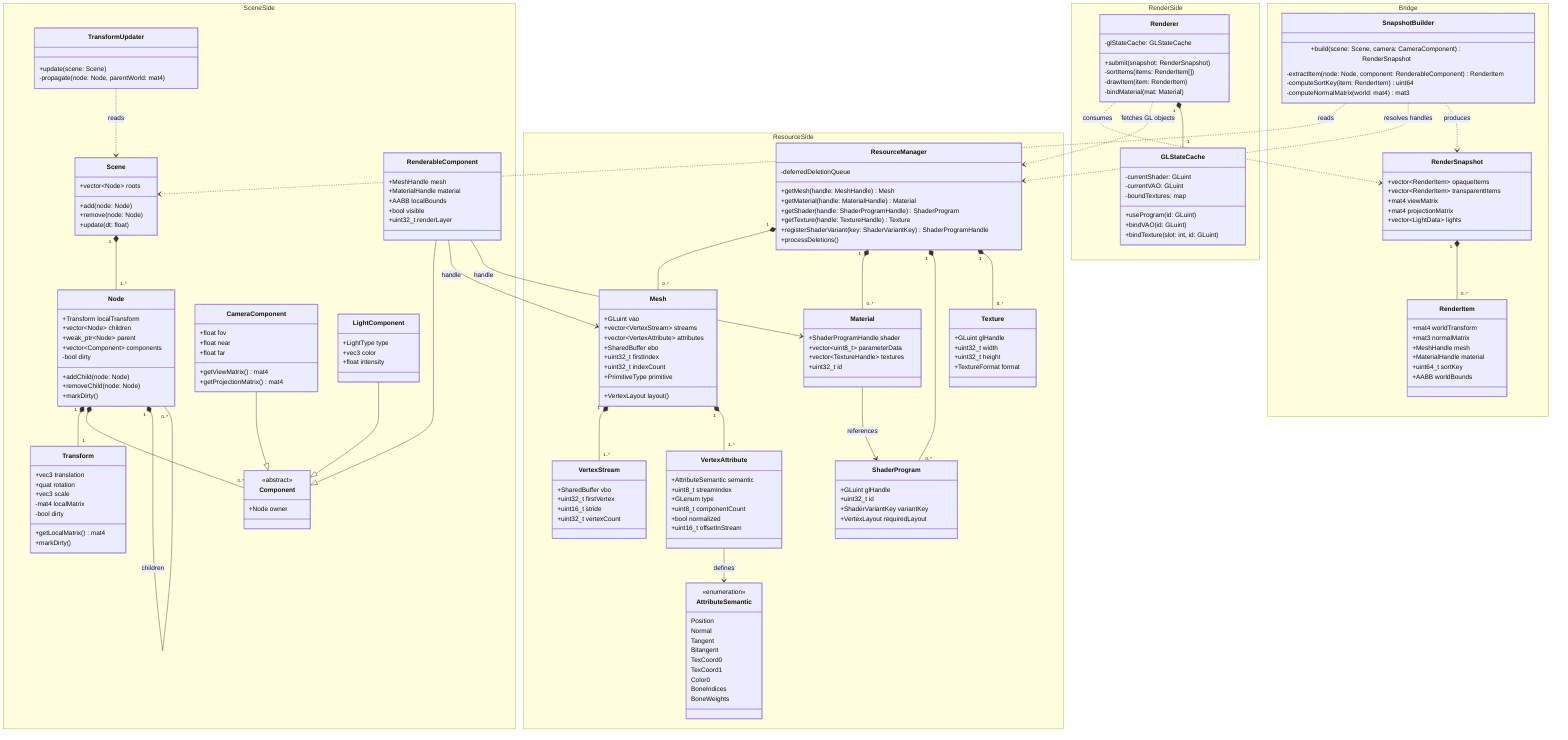
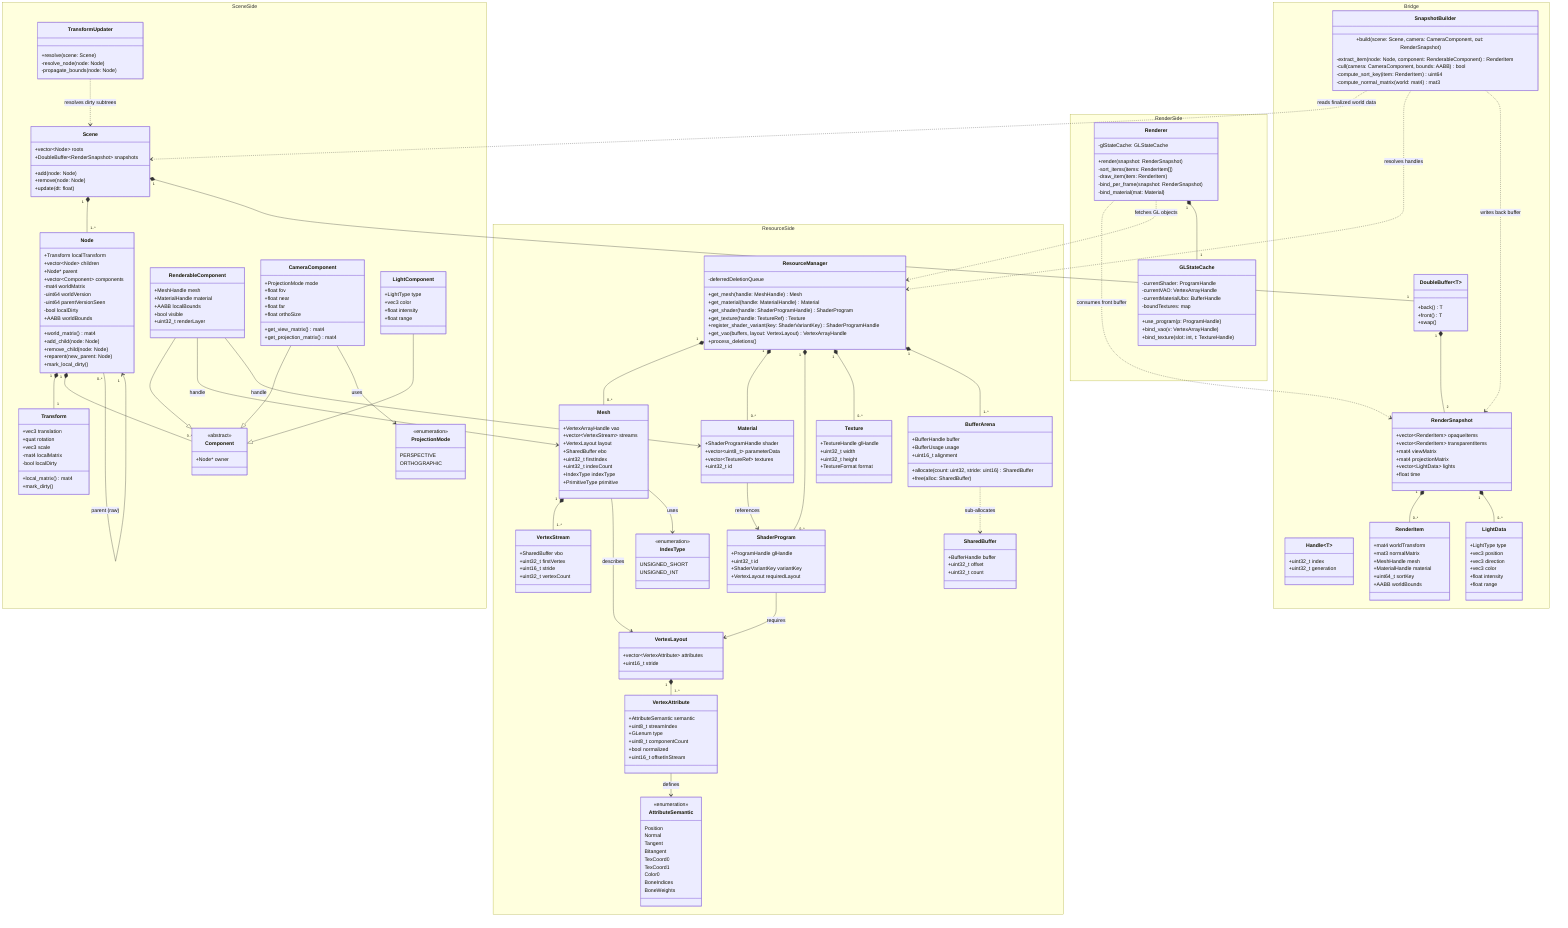
classDiagram
    namespace SceneSide {
        class Scene {
            +vector~Node~ roots
+             +DoubleBuffer~RenderSnapshot~ snapshots
            +add(node: Node)
            +remove(node: Node)
            +update(dt: float)
        }

        class Node {
            +Transform localTransform
            +vector~Node~ children
-             +weak_ptr~Node~ parent
+             +Node* parent
            +vector~Component~ components
-             -bool dirty
-             +addChild(node: Node)
-             +removeChild(node: Node)
-             +markDirty()
+             -mat4 worldMatrix
+             -uint64 worldVersion
+             -uint64 parentVersionSeen
+             -bool localDirty
+             +AABB worldBounds
+             +world_matrix() mat4
+             +add_child(node: Node)
+             +remove_child(node: Node)
+             +reparent(new_parent: Node)
+             +mark_local_dirty()
        }

        class Transform {
            +vec3 translation
            +quat rotation
            +vec3 scale
            -mat4 localMatrix
-             -bool dirty
-             +getLocalMatrix() mat4
-             +markDirty()
+             -bool localDirty
+             +local_matrix() mat4
+             +mark_dirty()
        }

        class Component {
            <<abstract>>
-             +Node owner
+             +Node* owner
        }

        class RenderableComponent {
            +MeshHandle mesh
            +MaterialHandle material
            +AABB localBounds
            +bool visible
            +uint32_t renderLayer
        }

        class CameraComponent {
+             +ProjectionMode mode
            +float fov
            +float near
            +float far
-             +getViewMatrix() mat4
-             +getProjectionMatrix() mat4
+             +float orthoSize
+             +get_view_matrix() mat4
+             +get_projection_matrix() mat4
+         }
+ 
+         class ProjectionMode {
+             <<enumeration>>
+             PERSPECTIVE
+             ORTHOGRAPHIC
        }

        class LightComponent {
            +LightType type
            +vec3 color
            +float intensity
+             +float range
        }

        class TransformUpdater {
-             +update(scene: Scene)
-             -propagate(node: Node, parentWorld: mat4)
+             +resolve(scene: Scene)
+             -resolve_node(node: Node)
+             -propagate_bounds(node: Node)
        }
    }

    namespace Bridge {
+         class Handle~T~ {
+             +uint32_t index
+             +uint32_t generation
+         }
+ 
        class SnapshotBuilder {
-             +build(scene: Scene, camera: CameraComponent) RenderSnapshot
-             -extractItem(node: Node, component: RenderableComponent) RenderItem
-             -computeSortKey(item: RenderItem) uint64
-             -computeNormalMatrix(world: mat4) mat3
+             +build(scene: Scene, camera: CameraComponent, out: RenderSnapshot)
+             -extract_item(node: Node, component: RenderableComponent) RenderItem
+             -cull(camera: CameraComponent, bounds: AABB) bool
+             -compute_sort_key(item: RenderItem) uint64
+             -compute_normal_matrix(world: mat4) mat3
+         }
+ 
+         class DoubleBuffer~T~ {
+             +back() T
+             +front() T
+             +swap()
        }

        class RenderSnapshot {
            +vector~RenderItem~ opaqueItems
            +vector~RenderItem~ transparentItems
            +mat4 viewMatrix
            +mat4 projectionMatrix
            +vector~LightData~ lights
+             +float time
        }

        class RenderItem {
            +mat4 worldTransform
            +mat3 normalMatrix
            +MeshHandle mesh
            +MaterialHandle material
            +uint64_t sortKey
            +AABB worldBounds
        }
+ 
+         class LightData {
+             +LightType type
+             +vec3 position
+             +vec3 direction
+             +vec3 color
+             +float intensity
+             +float range
+         }
    }

    namespace ResourceSide {
        class ResourceManager {
-             +getMesh(handle: MeshHandle) Mesh
-             +getMaterial(handle: MaterialHandle) Material
-             +getShader(handle: ShaderProgramHandle) ShaderProgram
-             +getTexture(handle: TextureHandle) Texture
-             +registerShaderVariant(key: ShaderVariantKey) ShaderProgramHandle
+             +get_mesh(handle: MeshHandle) Mesh
+             +get_material(handle: MaterialHandle) Material
+             +get_shader(handle: ShaderProgramHandle) ShaderProgram
+             +get_texture(handle: TextureRef) Texture
+             +register_shader_variant(key: ShaderVariantKey) ShaderProgramHandle
+             +get_vao(buffers, layout: VertexLayout) VertexArrayHandle
            -deferredDeletionQueue
-             +processDeletions()
+             +process_deletions()
        }

        class AttributeSemantic {
            <<enumeration>>
            Position
            Normal
            Tangent
            Bitangent
            TexCoord0
            TexCoord1
            Color0
            BoneIndices
            BoneWeights
        }

        class VertexAttribute {
            +AttributeSemantic semantic
            +uint8_t streamIndex
            +GLenum type
            +uint8_t componentCount
            +bool normalized
            +uint16_t offsetInStream
        }

+         class VertexLayout {
+             +vector~VertexAttribute~ attributes
+             +uint16_t stride
+         }
+ 
        class VertexStream {
            +SharedBuffer vbo
            +uint32_t firstVertex
            +uint16_t stride
            +uint32_t vertexCount
        }

+         class IndexType {
+             <<enumeration>>
+             UNSIGNED_SHORT
+             UNSIGNED_INT
+         }
+ 
        class Mesh {
-             +GLuint vao
+             +VertexArrayHandle vao
            +vector~VertexStream~ streams
-             +vector~VertexAttribute~ attributes
+             +VertexLayout layout
            +SharedBuffer ebo
            +uint32_t firstIndex
            +uint32_t indexCount
+             +IndexType indexType
            +PrimitiveType primitive
-             +VertexLayout layout()
+         }
+ 
+         class SharedBuffer {
+             +BufferHandle buffer
+             +uint32_t offset
+             +uint32_t count
+         }
+ 
+         class BufferArena {
+             +BufferHandle buffer
+             +BufferUsage usage
+             +uint16_t alignment
+             +allocate(count: uint32, stride: uint16) SharedBuffer
+             +free(alloc: SharedBuffer)
        }

        class Material {
            +ShaderProgramHandle shader
            +vector~uint8_t~ parameterData
-             +vector~TextureHandle~ textures
+             +vector~TextureRef~ textures
            +uint32_t id
        }

        class ShaderProgram {
-             +GLuint glHandle
+             +ProgramHandle glHandle
            +uint32_t id
            +ShaderVariantKey variantKey
            +VertexLayout requiredLayout
        }

        class Texture {
-             +GLuint glHandle
+             +TextureHandle glHandle
            +uint32_t width
            +uint32_t height
            +TextureFormat format
        }
    }

    namespace RenderSide {
        class Renderer {
-             +submit(snapshot: RenderSnapshot)
-             -sortItems(items: RenderItem[])
-             -drawItem(item: RenderItem)
-             -bindMaterial(mat: Material)
+             +render(snapshot: RenderSnapshot)
+             -sort_items(items: RenderItem[])
+             -draw_item(item: RenderItem)
+             -bind_per_frame(snapshot: RenderSnapshot)
+             -bind_material(mat: Material)
            -glStateCache: GLStateCache
        }

        class GLStateCache {
-             -currentShader: GLuint
-             -currentVAO: GLuint
+             -currentShader: ProgramHandle
+             -currentVAO: VertexArrayHandle
+             -currentMaterialUbo: BufferHandle
            -boundTextures: map
-             +useProgram(id: GLuint)
-             +bindVAO(id: GLuint)
-             +bindTexture(slot: int, id: GLuint)
+             +use_program(p: ProgramHandle)
+             +bind_vao(v: VertexArrayHandle)
+             +bind_texture(slot: int, t: TextureHandle)
        }
    }

    Scene "1" *-- "1..*" Node
+     Scene "1" *-- "1" DoubleBuffer
    Node "1" *-- "1" Transform
    Node "1" *-- "0..*" Component
    Node "1" *-- "0..*" Node : children
+     Node "0..*" --> "1" Node : parent (raw)
    RenderableComponent --|> Component
    CameraComponent --|> Component
    LightComponent --|> Component
- 
-     TransformUpdater ..> Scene : reads
-     SnapshotBuilder ..> Scene : reads
+     CameraComponent --> ProjectionMode : uses
+ 
+     TransformUpdater ..> Scene : resolves dirty subtrees
+     SnapshotBuilder ..> Scene : reads finalized world data
    SnapshotBuilder ..> ResourceManager : resolves handles
-     SnapshotBuilder ..> RenderSnapshot : produces
- 
+     SnapshotBuilder ..> RenderSnapshot : writes back buffer
+ 
+     DoubleBuffer "1" *-- "2" RenderSnapshot
    RenderSnapshot "1" *-- "0..*" RenderItem
- 
-     Renderer ..> RenderSnapshot : consumes
+     RenderSnapshot "1" *-- "0..*" LightData
+ 
+     Renderer ..> RenderSnapshot : consumes front buffer
    Renderer ..> ResourceManager : fetches GL objects
    Renderer "1" *-- "1" GLStateCache

    ResourceManager "1" *-- "0..*" Mesh
    ResourceManager "1" *-- "0..*" Material
    ResourceManager "1" *-- "0..*" ShaderProgram
    ResourceManager "1" *-- "0..*" Texture
- 
+     ResourceManager "1" *-- "1..*" BufferArena
+ 
+     BufferArena ..> SharedBuffer : sub-allocates
    Mesh "1" *-- "1..*" VertexStream
-     Mesh "1" *-- "1..*" VertexAttribute
- 
+     Mesh --> VertexLayout : describes
+     Mesh --> IndexType : uses
+     VertexLayout "1" *-- "1..*" VertexAttribute
    VertexAttribute --> AttributeSemantic : defines

    Material --> ShaderProgram : references
+     ShaderProgram --> VertexLayout : requires
    RenderableComponent --> Mesh : handle
-     RenderableComponent --> Material : handle
+     RenderableComponent --> Material : handle